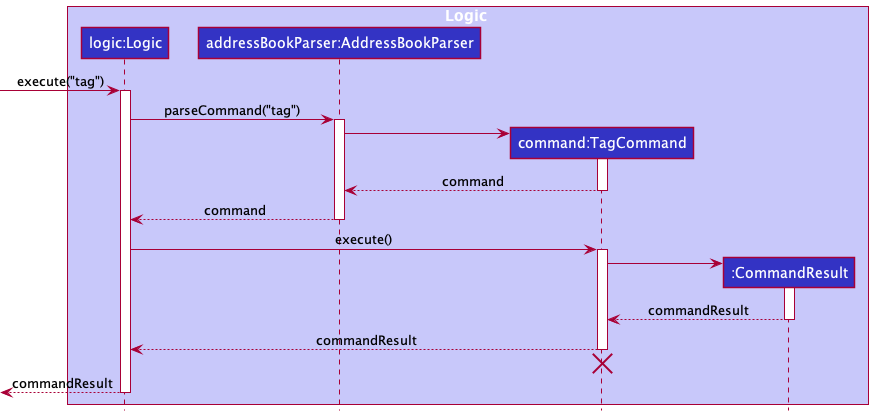
Earlier version of the PlantUML export docs/images/ViewTagSequenceDiagramLogic.png (nus-cs2103-AY2122S1/tp).
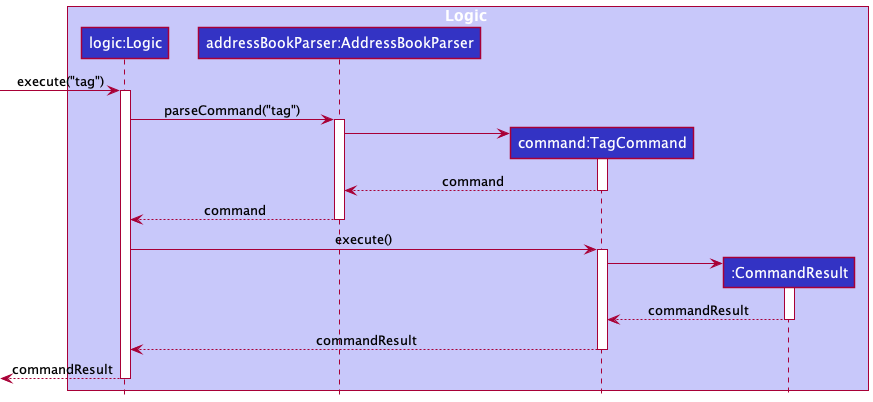
The same diagram one commit later.

Commit message:
remove destroy marker

Diff of the diagram source:
```diff
@@ -39,12 +39,7 @@
 TagCommand --> Logic : commandResult
 deactivate TagCommand
 
-TagCommand -[hidden]-> Logic
-destroy TagCommand
-
 [<-- Logic : commandResult
 deactivate Logic
 
-
-
 @enduml
```
